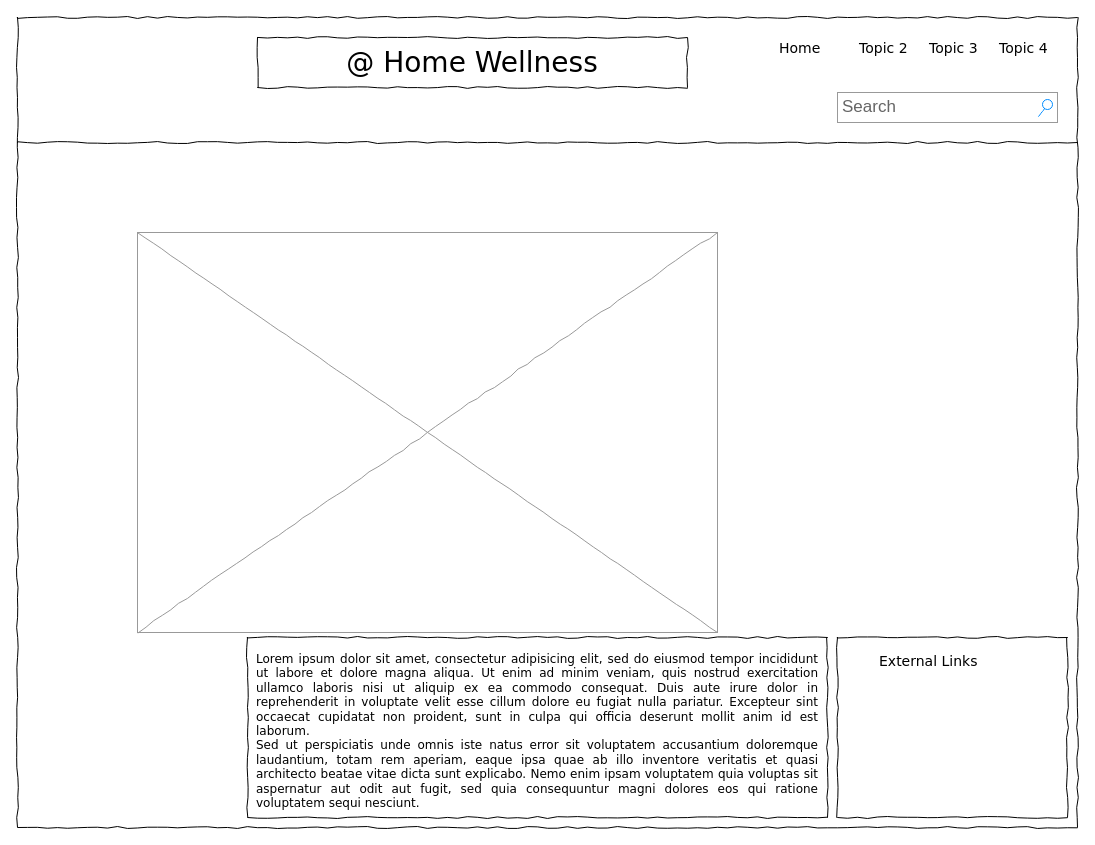
Above: page "HomePage" (1 of 4) of Untitled Diagram.drawio in YonnieHicks/Capstone (draw.io), before the change. Source tidied: cells renumbered, new cells numbered last; positions are measured from the earlier drawing's top-left corner, leaving out a move shared by most shapes. Both pictures are drawn from the tidied source at 100%, with x=0, y=0 at pixel (17, 17).
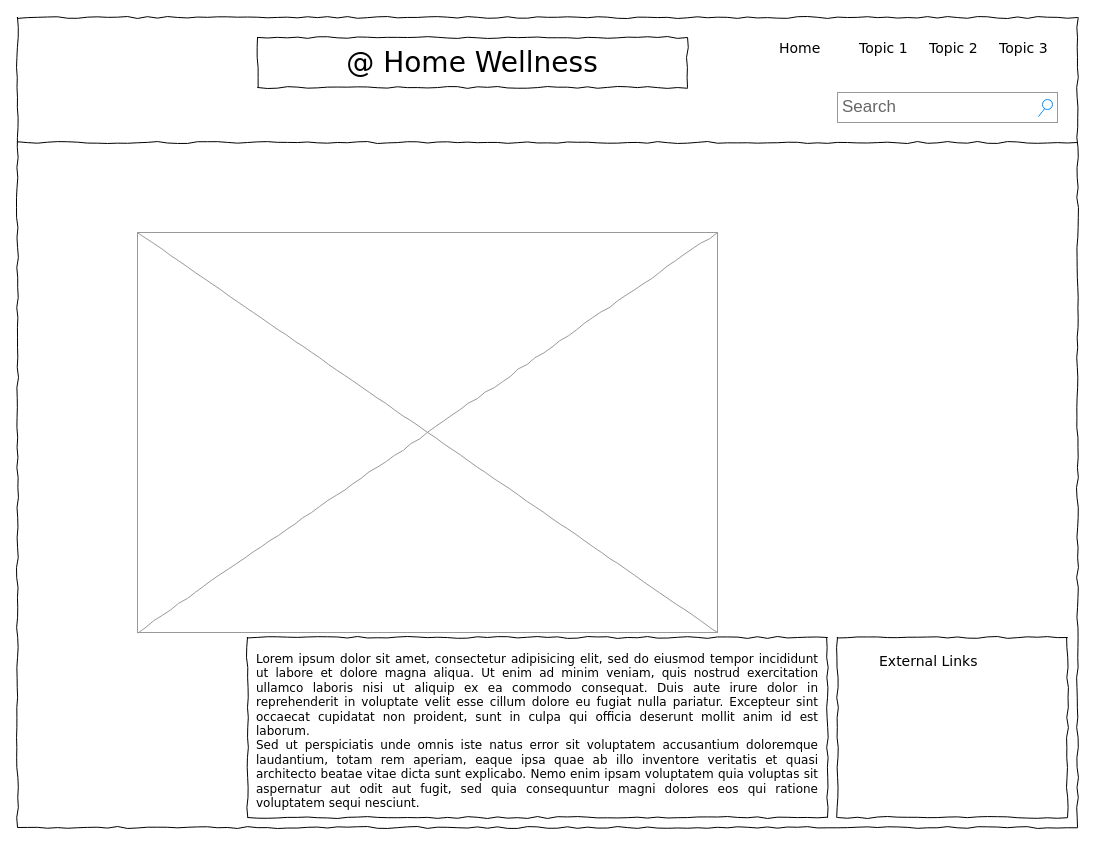
The same diagram, later.

What changed in the source:
```diff
@@
 <mxGraphModel>
   <root>
     <mxCell id="0" />
     <mxCell id="1" parent="0" />
     <mxCell id="2" style="whiteSpace=wrap;html=1;rounded=0;shadow=0;labelBackgroundColor=none;strokeColor=#000000;strokeWidth=1;fillColor=none;fontFamily=Verdana;fontSize=12;fontColor=#000000;align=center;comic=1;" parent="1" vertex="1">
       <mxGeometry width="1060" height="810" as="geometry" />
     </mxCell>
     <mxCell id="3" value="@ Home Wellness" style="whiteSpace=wrap;html=1;rounded=0;shadow=0;labelBackgroundColor=none;strokeWidth=1;fontFamily=Verdana;fontSize=28;align=center;comic=1;" parent="1" vertex="1">
       <mxGeometry x="240" y="20" width="430" height="50" as="geometry" />
     </mxCell>
     <mxCell id="4" value="Search" style="strokeWidth=1;shadow=0;dashed=0;align=center;html=1;shape=mxgraph.mockup.forms.searchBox;strokeColor=#999999;mainText=;strokeColor2=#008cff;fontColor=#666666;fontSize=17;align=left;spacingLeft=3;rounded=0;labelBackgroundColor=none;comic=1;" parent="1" vertex="1">
       <mxGeometry x="820" y="75" width="220" height="30" as="geometry" />
     </mxCell>
     <mxCell id="5" value="Home" style="text;html=1;align=left;verticalAlign=top;spacingTop=-4;fontSize=14;fontFamily=Verdana;" parent="1" vertex="1">
       <mxGeometry x="760" y="20" width="60" height="20" as="geometry" />
     </mxCell>
-    <mxCell id="6" value="Topic 2" style="text;html=1;align=left;verticalAlign=top;spacingTop=-4;fontSize=14;fontFamily=Verdana;" parent="1" vertex="1">
+    <mxCell id="6" value="Topic 1" style="text;html=1;align=left;verticalAlign=top;spacingTop=-4;fontSize=14;fontFamily=Verdana;" parent="1" vertex="1">
       <mxGeometry x="840" y="20" width="60" height="20" as="geometry" />
     </mxCell>
-    <mxCell id="7" value="Topic 3" style="text;html=1;align=left;verticalAlign=top;spacingTop=-4;fontSize=14;fontFamily=Verdana;" parent="1" vertex="1">
+    <mxCell id="7" value="Topic 2" style="text;html=1;align=left;verticalAlign=top;spacingTop=-4;fontSize=14;fontFamily=Verdana;" parent="1" vertex="1">
       <mxGeometry x="910" y="20" width="60" height="20" as="geometry" />
     </mxCell>
-    <mxCell id="8" value="Topic 4" style="text;html=1;align=left;verticalAlign=top;spacingTop=-4;fontSize=14;fontFamily=Verdana;" parent="1" vertex="1">
+    <mxCell id="8" value="Topic 3" style="text;html=1;align=left;verticalAlign=top;spacingTop=-4;fontSize=14;fontFamily=Verdana;" parent="1" vertex="1">
       <mxGeometry x="980" y="20" width="60" height="20" as="geometry" />
     </mxCell>
     <mxCell id="9" style="line;strokeWidth=1;html=1;rounded=0;shadow=0;labelBackgroundColor=none;fillColor=none;fontFamily=Verdana;fontSize=14;fontColor=#000000;align=center;comic=1;" parent="1" vertex="1">
       <mxGeometry y="120" width="1060" height="10" as="geometry" />
     </mxCell>
     <mxCell id="10" value="&lt;div style=&quot;text-align: justify&quot;&gt;&lt;span&gt;Lorem ipsum dolor sit amet, consectetur adipisicing elit, sed do eiusmod tempor incididunt ut labore et dolore magna aliqua. Ut enim ad minim veniam, quis nostrud exercitation ullamco laboris nisi ut aliquip ex ea commodo consequat. Duis aute irure dolor in reprehenderit in voluptate velit esse cillum dolore eu fugiat nulla pariatur. Excepteur sint occaecat cupidatat non proident, sunt in culpa qui officia deserunt mollit anim id est laborum.&lt;/span&gt;&lt;/div&gt;&lt;div style=&quot;text-align: justify&quot;&gt;&lt;span&gt;Sed ut perspiciatis unde omnis iste natus error sit voluptatem accusantium doloremque laudantium, totam rem aperiam, eaque ipsa quae ab illo inventore veritatis et quasi architecto beatae vitae dicta sunt explicabo. Nemo enim ipsam voluptatem quia voluptas sit aspernatur aut odit aut fugit, sed quia consequuntur magni dolores eos qui ratione voluptatem sequi nesciunt.&amp;nbsp;&lt;/span&gt;&lt;/div&gt;" style="whiteSpace=wrap;html=1;rounded=0;shadow=0;labelBackgroundColor=none;strokeWidth=1;fillColor=none;fontFamily=Verdana;fontSize=12;align=center;verticalAlign=top;spacing=10;comic=1;" parent="1" vertex="1">
       <mxGeometry x="230" y="620" width="580" height="180" as="geometry" />
     </mxCell>
     <mxCell id="11" style="verticalLabelPosition=bottom;shadow=0;dashed=0;align=center;html=1;verticalAlign=top;strokeWidth=1;shape=mxgraph.mockup.graphics.simpleIcon;strokeColor=#999999;rounded=0;labelBackgroundColor=none;fontFamily=Verdana;fontSize=14;fontColor=#000000;comic=1;" parent="1" vertex="1">
       <mxGeometry x="120" y="215" width="580" height="400" as="geometry" />
     </mxCell>
     <mxCell id="12" style="whiteSpace=wrap;html=1;rounded=0;shadow=0;labelBackgroundColor=none;strokeWidth=1;fillColor=none;fontFamily=Verdana;fontSize=12;align=center;comic=1;" parent="1" vertex="1">
       <mxGeometry x="820" y="620" width="230" height="180" as="geometry" />
     </mxCell>
     <mxCell id="13" value="External Links" style="text;html=1;align=left;verticalAlign=top;spacingTop=-4;fontSize=14;fontFamily=Verdana;" parent="1" vertex="1">
       <mxGeometry x="860" y="633" width="170" height="20" as="geometry" />
     </mxCell>
   </root>
 </mxGraphModel>
```
